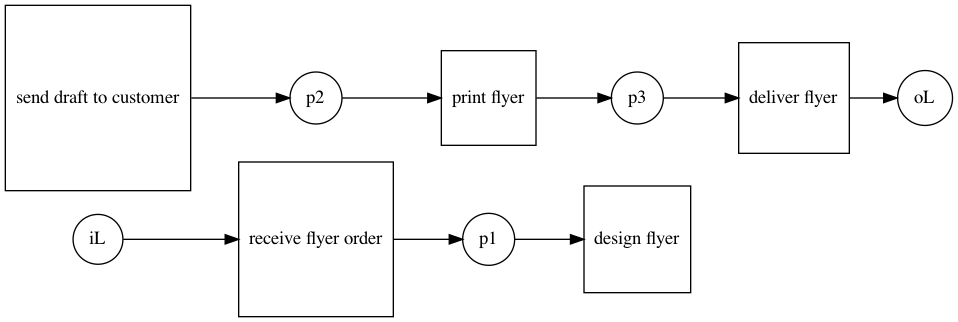
Above: graph-output/flyerinstances.png in PhamCaoLam/Process_Mining_Internship (Graphviz), before the change. Its source is kept beside it as graph-output/graph-output/flyerinstances.gv. The source it was exported from:
```dot
digraph {
	graph [rankdir=LR]
	"receive flyer order" [shape=square]
	p1 [shape=circle]
	"receive flyer order" -> p1
	p1 [shape=circle]
	"design flyer" [shape=square]
	p1 -> "design flyer"
	"send draft to customer" [shape=square]
	p2 [shape=circle]
	"send draft to customer" -> p2
	p2 [shape=circle]
	"print flyer" [shape=square]
	p2 -> "print flyer"
	"print flyer" [shape=square]
	p3 [shape=circle]
	"print flyer" -> p3
	p3 [shape=circle]
	"deliver flyer" [shape=square]
	p3 -> "deliver flyer"
	iL [shape=circle]
	"receive flyer order" [shape=square]
	iL -> "receive flyer order"
	oL [shape=circle]
	"deliver flyer" [shape=square]
	"deliver flyer" -> oL
}
```
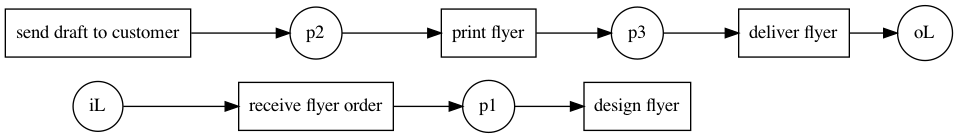
Later version of the same file.

Commit message:
made changes to main.py file, optimizing code partially, deleting print-commands partially, modifying functions...

What changed in the source:
```diff
@@ -1,27 +1,27 @@
 digraph {
 	graph [rankdir=LR]
-	"receive flyer order" [shape=square]
+	"receive flyer order" [shape=rect]
 	p1 [shape=circle]
 	"receive flyer order" -> p1
 	p1 [shape=circle]
-	"design flyer" [shape=square]
+	"design flyer" [shape=rect]
 	p1 -> "design flyer"
-	"send draft to customer" [shape=square]
+	"send draft to customer" [shape=rect]
 	p2 [shape=circle]
 	"send draft to customer" -> p2
 	p2 [shape=circle]
-	"print flyer" [shape=square]
+	"print flyer" [shape=rect]
 	p2 -> "print flyer"
-	"print flyer" [shape=square]
+	"print flyer" [shape=rect]
 	p3 [shape=circle]
 	"print flyer" -> p3
 	p3 [shape=circle]
-	"deliver flyer" [shape=square]
+	"deliver flyer" [shape=rect]
 	p3 -> "deliver flyer"
 	iL [shape=circle]
-	"receive flyer order" [shape=square]
+	"receive flyer order" [shape=rect]
 	iL -> "receive flyer order"
 	oL [shape=circle]
-	"deliver flyer" [shape=square]
+	"deliver flyer" [shape=rect]
 	"deliver flyer" -> oL
 }
```
